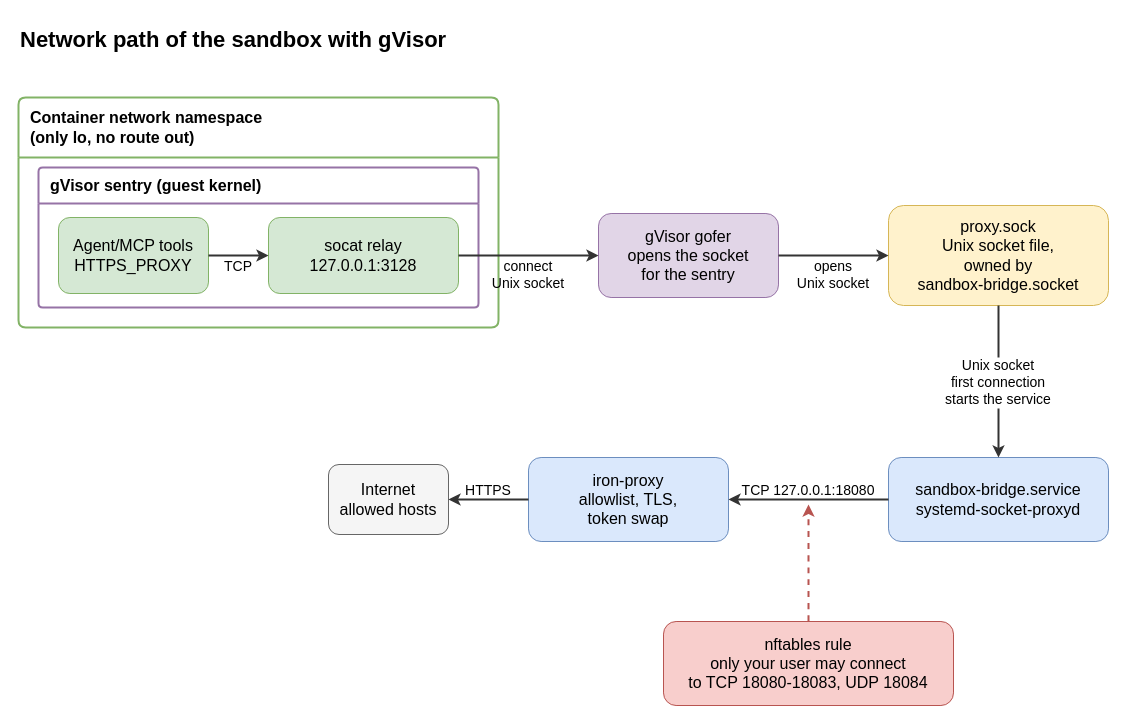
Before: .sandbox/docs/diagrams/sandbox-network.drawio in raghav19/engineersdaybook, a draw.io diagram. Source tidied: cells renumbered, new cells numbered last; positions are measured from the earlier drawing's top-left corner, leaving out a move shared by most shapes. Both pictures are drawn from the tidied source at 100%, with x=0, y=0 at pixel (18, 17).
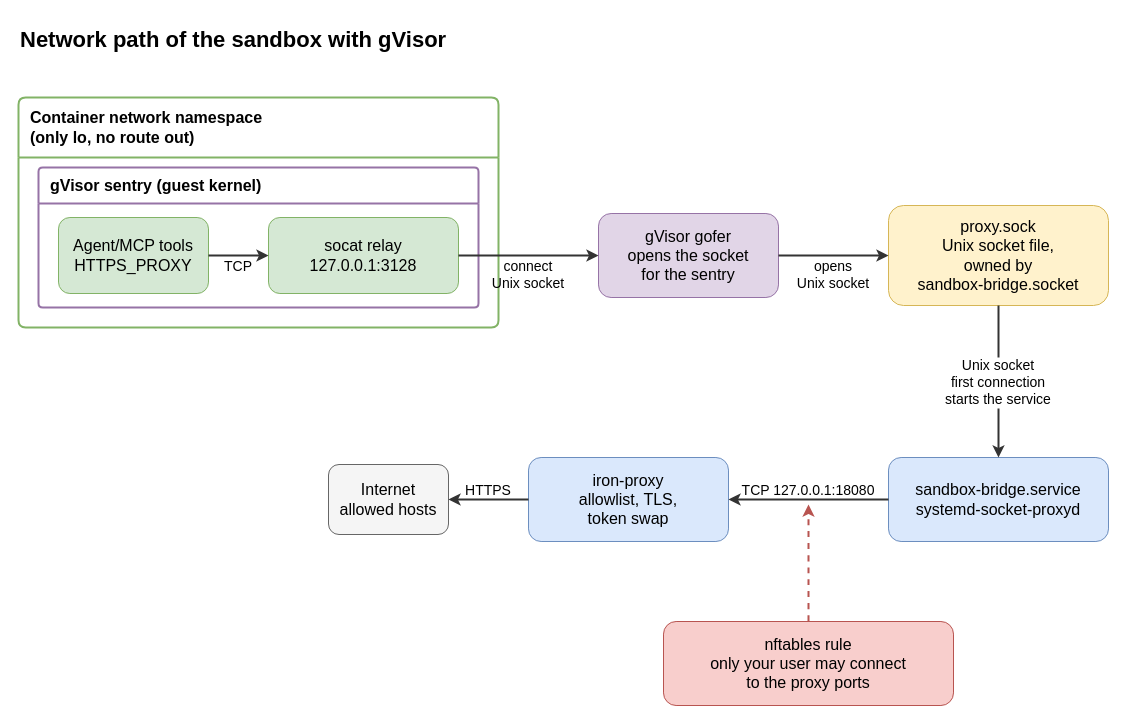
The same page after the edit.

Change to the diagram source:
```diff
@@
-    <mxCell id="12" value="nftables rule&#10;only your user may connect&#10;to TCP 18080-18083, UDP 18084" style="rounded=1;whiteSpace=wrap;html=0;fontSize=16;fillColor=#f8cecc;strokeColor=#b85450;" parent="1" vertex="1">
+    <mxCell id="12" value="nftables rule&#10;only your user may connect&#10;to the proxy ports" style="rounded=1;whiteSpace=wrap;html=0;fontSize=16;fillColor=#f8cecc;strokeColor=#b85450;" parent="1" vertex="1">
       <mxGeometry x="645" y="604" width="290" height="84" as="geometry" />
     </mxCell>
```
